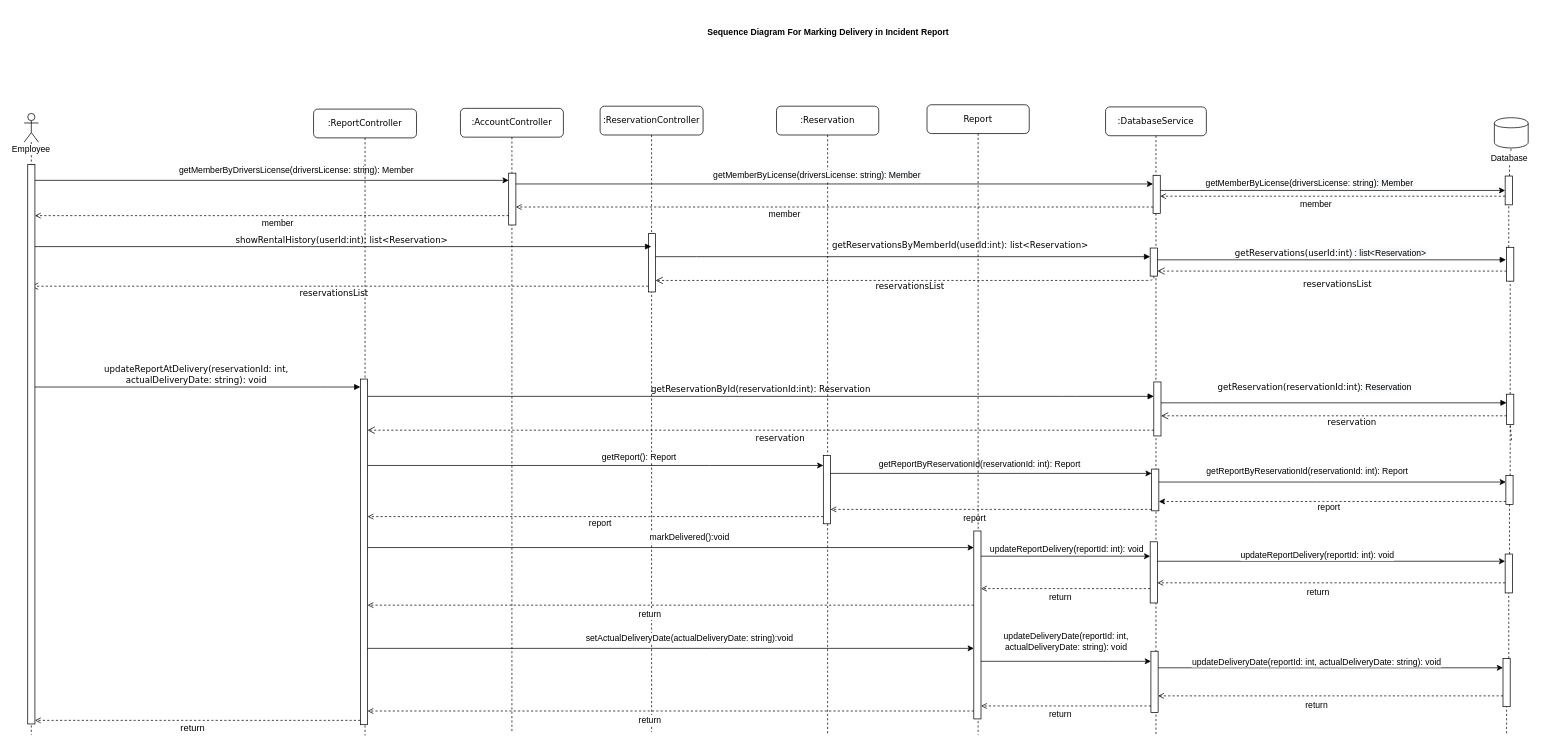
This is Sequence Diagrams/SequenceDiagramIncidentReportAtDelivery.drawio from aysegulsari/SWE-530, a draw.io file, before an edit. Source tidied: cells renumbered, new cells numbered last; positions are measured from the earlier drawing's top-left corner, leaving out a move shared by most shapes. Both pictures are drawn from the tidied source at 72%, with x=0, y=0 at pixel (24, 12).
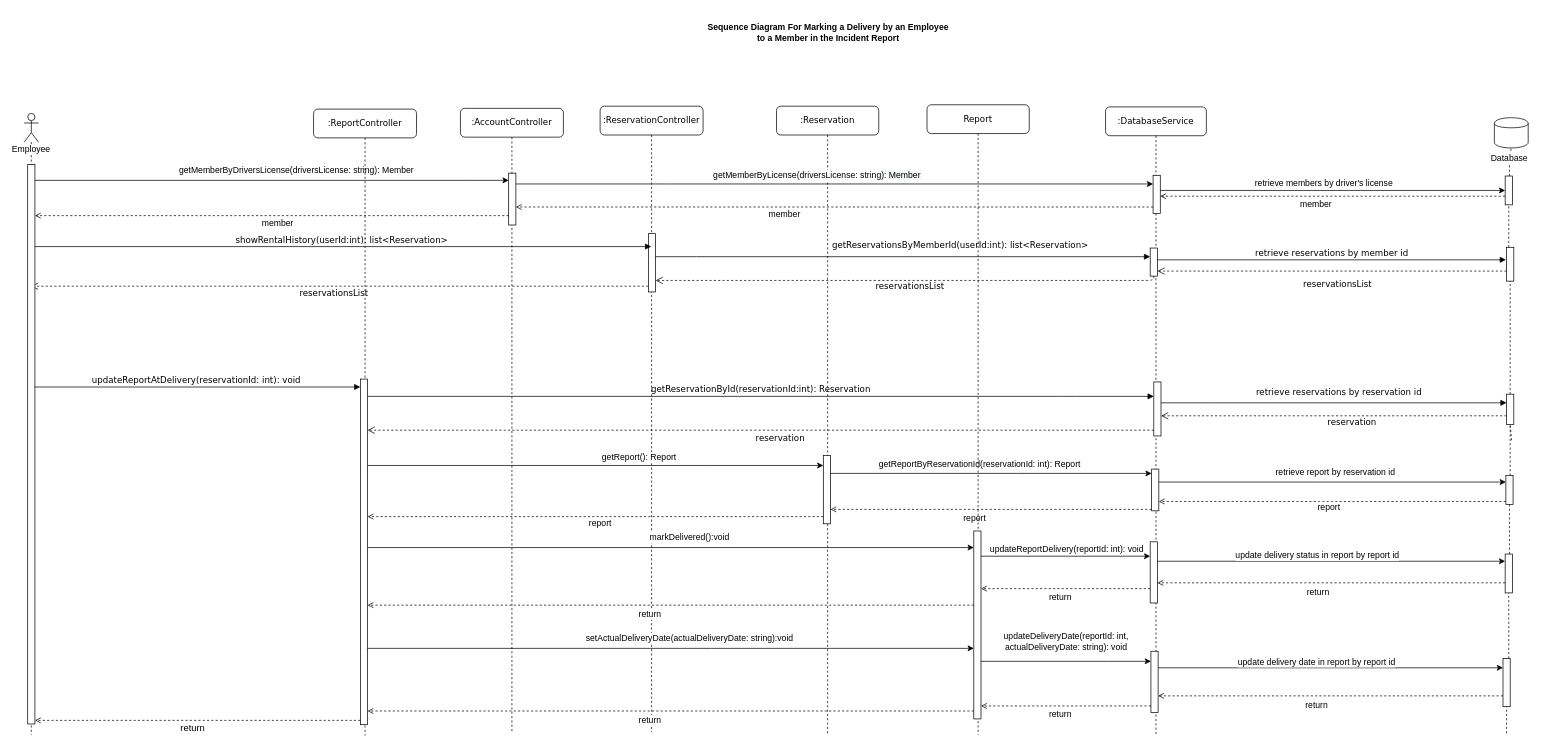
After the change.

Commit message:
Updated incident report at delivery seq diagram database query wording. Also updated setActualDeliveryDate params in the same diagram.

Unchanged cells that the change refers to:
```xml
<mxCell id="5" style="html=1;points=[];perimeter=orthogonalPerimeter;rounded=0;shadow=0;comic=0;labelBackgroundColor=none;strokeWidth=1;fontFamily=Verdana;fontSize=12;align=center;" parent="4" vertex="1">
  <mxGeometry x="62" y="196" width="10" height="39" as="geometry" />
</mxCell>
<mxCell id="6" style="html=1;points=[];perimeter=orthogonalPerimeter;rounded=0;shadow=0;comic=0;labelBackgroundColor=none;strokeWidth=1;fontFamily=Verdana;fontSize=12;align=center;" parent="4" vertex="1">
  <mxGeometry x="67" y="382" width="10" height="75" as="geometry" />
</mxCell>
<mxCell id="7" style="html=1;points=[];perimeter=orthogonalPerimeter;rounded=0;shadow=0;comic=0;labelBackgroundColor=none;strokeWidth=1;fontFamily=Verdana;fontSize=12;align=center;" parent="4" vertex="1">
  <mxGeometry x="64" y="503" width="10" height="58" as="geometry" />
</mxCell>
<mxCell id="17" value="Employee" style="shape=umlLifeline;participant=umlActor;perimeter=lifelinePerimeter;whiteSpace=wrap;html=1;verticalAlign=top;spacingTop=36;labelBackgroundColor=#ffffff;outlineConnect=0;" parent="1" vertex="1">
  <mxGeometry y="140" width="20" height="863" as="geometry" />
</mxCell>
<mxCell id="27" style="html=1;points=[];perimeter=orthogonalPerimeter;rounded=0;shadow=0;comic=0;labelBackgroundColor=none;strokeColor=#000000;strokeWidth=1;fillColor=#FFFFFF;fontFamily=Verdana;fontSize=12;fontColor=#000000;align=center;" parent="1" vertex="1">
  <mxGeometry x="2059" y="326" width="10" height="47" as="geometry" />
</mxCell>
<mxCell id="42" style="html=1;points=[];perimeter=orthogonalPerimeter;rounded=0;shadow=0;comic=0;labelBackgroundColor=none;strokeColor=#000000;strokeWidth=1;fillColor=#FFFFFF;fontFamily=Verdana;fontSize=12;fontColor=#000000;align=center;" parent="1" vertex="1">
  <mxGeometry x="2058" y="643" width="10" height="40" as="geometry" />
</mxCell>
<mxCell id="52" style="edgeStyle=orthogonalEdgeStyle;rounded=0;jettySize=auto;html=1;" parent="1" edge="1" source="8" target="48">
  <mxGeometry relative="1" as="geometry">
    <Array as="points">
      <mxPoint x="1811" y="762" />
      <mxPoint x="1811" y="762" />
    </Array>
  </mxGeometry>
</mxCell>
<mxCell id="54" style="html=1;points=[];perimeter=orthogonalPerimeter;rounded=0;shadow=0;comic=0;labelBackgroundColor=none;strokeColor=#000000;strokeWidth=1;fillColor=#FFFFFF;fontFamily=Verdana;fontSize=12;fontColor=#000000;align=center;" parent="1" vertex="1">
  <mxGeometry x="2059" y="530" width="10" height="42" as="geometry" />
</mxCell>
<mxCell id="70" style="edgeStyle=orthogonalEdgeStyle;rounded=0;jettySize=auto;html=1;startArrow=none;startFill=0;endArrow=classic;endFill=1;" parent="1" edge="1" source="9" target="68">
  <mxGeometry relative="1" as="geometry">
    <Array as="points">
      <mxPoint x="1769" y="247" />
      <mxPoint x="1769" y="247" />
    </Array>
  </mxGeometry>
</mxCell>
<mxCell id="75" style="html=1;points=[];perimeter=orthogonalPerimeter;rounded=0;shadow=0;comic=0;labelBackgroundColor=none;strokeWidth=1;fontFamily=Verdana;fontSize=12;align=center;" parent="74" vertex="1">
  <mxGeometry x="65" y="375" width="10" height="480" as="geometry" />
</mxCell>
<mxCell id="90" style="edgeStyle=orthogonalEdgeStyle;rounded=0;jettySize=auto;html=1;" parent="1" edge="1" source="10" target="87">
  <mxGeometry relative="1" as="geometry">
    <Array as="points">
      <mxPoint x="1812" y="910" />
      <mxPoint x="1812" y="910" />
    </Array>
  </mxGeometry>
</mxCell>
```

The edit, as a diff of the source:
```diff
@@
-    <mxCell id="11" value="updateReportAtDelivery(reservationId: int, &lt;br&gt;actualDeliveryDate: string): void" style="html=1;verticalAlign=bottom;endArrow=block;labelBackgroundColor=none;fontFamily=Verdana;fontSize=12;edgeStyle=elbowEdgeStyle;elbow=vertical;" parent="1" edge="1" source="17" target="75">
+    <mxCell id="11" value="updateReportAtDelivery(reservationId: int): void" style="html=1;verticalAlign=bottom;endArrow=block;labelBackgroundColor=none;fontFamily=Verdana;fontSize=12;edgeStyle=elbowEdgeStyle;elbow=vertical;" parent="1" edge="1" source="17" target="75">
       <mxGeometry relative="1" as="geometry">
         <Array as="points">
           <mxPoint x="412" y="520" />
           <mxPoint x="384" y="469" />
           <mxPoint x="309" y="433" />
           <mxPoint x="422" y="488" />
           <mxPoint x="770.5" y="397" />
           <mxPoint x="850.5" y="377" />
           <mxPoint x="800.5" y="257" />
         </Array>
       </mxGeometry>
     </mxCell>
@@
-    <mxCell id="14" value="getReservations(userId:int&lt;span style=&quot;font-family: &amp;#34;helvetica&amp;#34; ; text-align: left ; background-color: rgb(248 , 249 , 250)&quot;&gt;) : list&amp;lt;Reservation&amp;gt;&amp;nbsp;&lt;/span&gt;" style="html=1;verticalAlign=bottom;endArrow=block;labelBackgroundColor=none;fontFamily=Verdana;fontSize=12;entryX=-0.088;entryY=0.37;entryDx=0;entryDy=0;entryPerimeter=0;" parent="1" edge="1" source="5" target="27">
+    <mxCell id="14" value="retrieve reservations by member id" style="html=1;verticalAlign=bottom;endArrow=block;labelBackgroundColor=none;fontFamily=Verdana;fontSize=12;entryX=-0.088;entryY=0.37;entryDx=0;entryDy=0;entryPerimeter=0;" parent="1" edge="1" source="5" target="27">
       <mxGeometry relative="1" as="geometry" />
     </mxCell>
@@
-    <mxCell id="22" value="&lt;font style=&quot;font-size: 12px&quot;&gt;getReservation(reservationId:int&lt;span style=&quot;font-family: &amp;#34;helvetica&amp;#34; ; text-align: left ; background-color: rgb(248 , 249 , 250)&quot;&gt;): Reservation&lt;br&gt;&lt;/span&gt;&lt;/font&gt;" style="html=1;verticalAlign=bottom;endArrow=block;labelBackgroundColor=none;fontFamily=Verdana;fontSize=12;edgeStyle=elbowEdgeStyle;elbow=vertical;" parent="1" edge="1" source="6" target="54">
-      <mxGeometry x="0.1" y="53" relative="1" as="geometry">
+    <mxCell id="22" value="retrieve reservations by reservation id" style="html=1;verticalAlign=bottom;endArrow=block;labelBackgroundColor=none;fontFamily=Verdana;fontSize=12;edgeStyle=elbowEdgeStyle;elbow=vertical;" parent="1" edge="1" source="6" target="54">
+      <mxGeometry x="0.03" y="6" relative="1" as="geometry">
         <Array as="points">
           <mxPoint x="1659" y="542" />
           <mxPoint x="1852" y="529" />
           <mxPoint x="1708" y="488" />
           <mxPoint x="1875" y="468" />
           <mxPoint x="1902" y="483" />
           <mxPoint x="1671.5" y="542" />
           <mxPoint x="1806.5" y="532" />
           <mxPoint x="1836.5" y="502" />
           <mxPoint x="1916.5" y="482" />
           <mxPoint x="1866.5" y="362" />
         </Array>
-        <mxPoint x="-51" y="41" as="offset" />
       </mxGeometry>
     </mxCell>
@@
-    <mxCell id="24" value="&lt;b&gt;Sequence Diagram For Marking Delivery in Incident Report&lt;br&gt;&lt;/b&gt;" style="text;html=1;strokeColor=none;fillColor=none;align=center;verticalAlign=middle;whiteSpace=wrap;rounded=0;" parent="1" vertex="1">
+    <mxCell id="24" value="&lt;div&gt;&lt;b&gt;Sequence Diagram For Marking a Delivery by an Employee&lt;/b&gt;&lt;/div&gt;&lt;div&gt;&lt;b&gt;to a Member in the Incident Report&lt;/b&gt;&lt;/div&gt;" style="text;html=1;strokeColor=none;fillColor=none;align=center;verticalAlign=middle;whiteSpace=wrap;rounded=0;" parent="1" vertex="1">
       <mxGeometry x="898" width="438" height="55" as="geometry" />
     </mxCell>
@@
-    <mxCell id="40" style="edgeStyle=orthogonalEdgeStyle;rounded=0;jettySize=auto;html=1;dashed=1;" parent="1" edge="1" source="42" target="7">
+    <mxCell id="40" style="edgeStyle=orthogonalEdgeStyle;rounded=0;jettySize=auto;html=1;dashed=1;endArrow=open;endFill=0;" parent="1" edge="1" source="42" target="7">
       <mxGeometry relative="1" as="geometry">
         <Array as="points">
           <mxPoint x="1793" y="679" />
           <mxPoint x="1793" y="679" />
         </Array>
       </mxGeometry>
     </mxCell>
@@
-    <mxCell id="45" value="&lt;font style=&quot;font-size: 12px&quot;&gt;getReportByReservationId(reservationId: int): Report&lt;/font&gt;" style="text;html=1;align=center;verticalAlign=middle;" parent="1" vertex="1">
-      <mxGeometry x="1637" y="629" width="290" height="18" as="geometry" />
+    <mxCell id="45" value="retrieve report by reservation id" style="text;html=1;align=center;verticalAlign=middle;" parent="1" vertex="1">
+      <mxGeometry x="1733" y="630" width="176" height="18" as="geometry" />
     </mxCell>
@@
-    <mxCell id="53" value="&lt;font style=&quot;font-size: 12px&quot;&gt;updateReportDelivery(reportId: int): void&lt;br&gt;&lt;/font&gt;" style="edgeLabel;html=1;align=center;verticalAlign=middle;fontSize=12;" parent="52" vertex="1">
+    <mxCell id="53" value="update delivery status in report by report id" style="edgeLabel;html=1;align=center;verticalAlign=middle;fontSize=12;" parent="52" vertex="1">
       <mxGeometry x="-0.08" y="2" relative="1" as="geometry">
         <mxPoint x="-1" y="-7" as="offset" />
       </mxGeometry>
     </mxCell>
@@
-    <mxCell id="71" value="&lt;font style=&quot;font-size: 12px&quot;&gt;getMemberByLicense(driversLicense: string&lt;span style=&quot;font-family: &amp;#34;helvetica&amp;#34; ; text-align: left ; background-color: rgb(248 , 249 , 250)&quot;&gt;): Member&lt;br&gt;&lt;/span&gt;&lt;/font&gt;" style="edgeLabel;html=1;align=center;verticalAlign=middle;" parent="70" vertex="1">
+    <mxCell id="71" value="&lt;font style=&quot;font-size: 12px&quot;&gt;retrieve members by driver's license&lt;br&gt;&lt;/font&gt;" style="edgeLabel;html=1;align=center;verticalAlign=middle;" parent="70" vertex="1">
       <mxGeometry x="-0.17" y="-4" relative="1" as="geometry">
-        <mxPoint x="7.1" y="-15" as="offset" />
+        <mxPoint x="27" y="-14" as="offset" />
       </mxGeometry>
     </mxCell>
@@
-    <mxCell id="91" value="&lt;div&gt;&lt;font style=&quot;font-size: 12px&quot;&gt;updateDeliveryDate(reportId: int,&lt;font style=&quot;font-size: 12px&quot;&gt; actualDeliveryDate&lt;/font&gt;: string): void&lt;/font&gt;&lt;/div&gt;" style="edgeLabel;html=1;align=center;verticalAlign=middle;fontSize=12;" parent="90" vertex="1">
+    <mxCell id="91" value="update delivery date in report by report id" style="edgeLabel;html=1;align=center;verticalAlign=middle;fontSize=12;" parent="90" vertex="1">
       <mxGeometry x="-0.08" y="2" relative="1" as="geometry">
         <mxPoint x="-1" y="-7" as="offset" />
       </mxGeometry>
     </mxCell>
```
